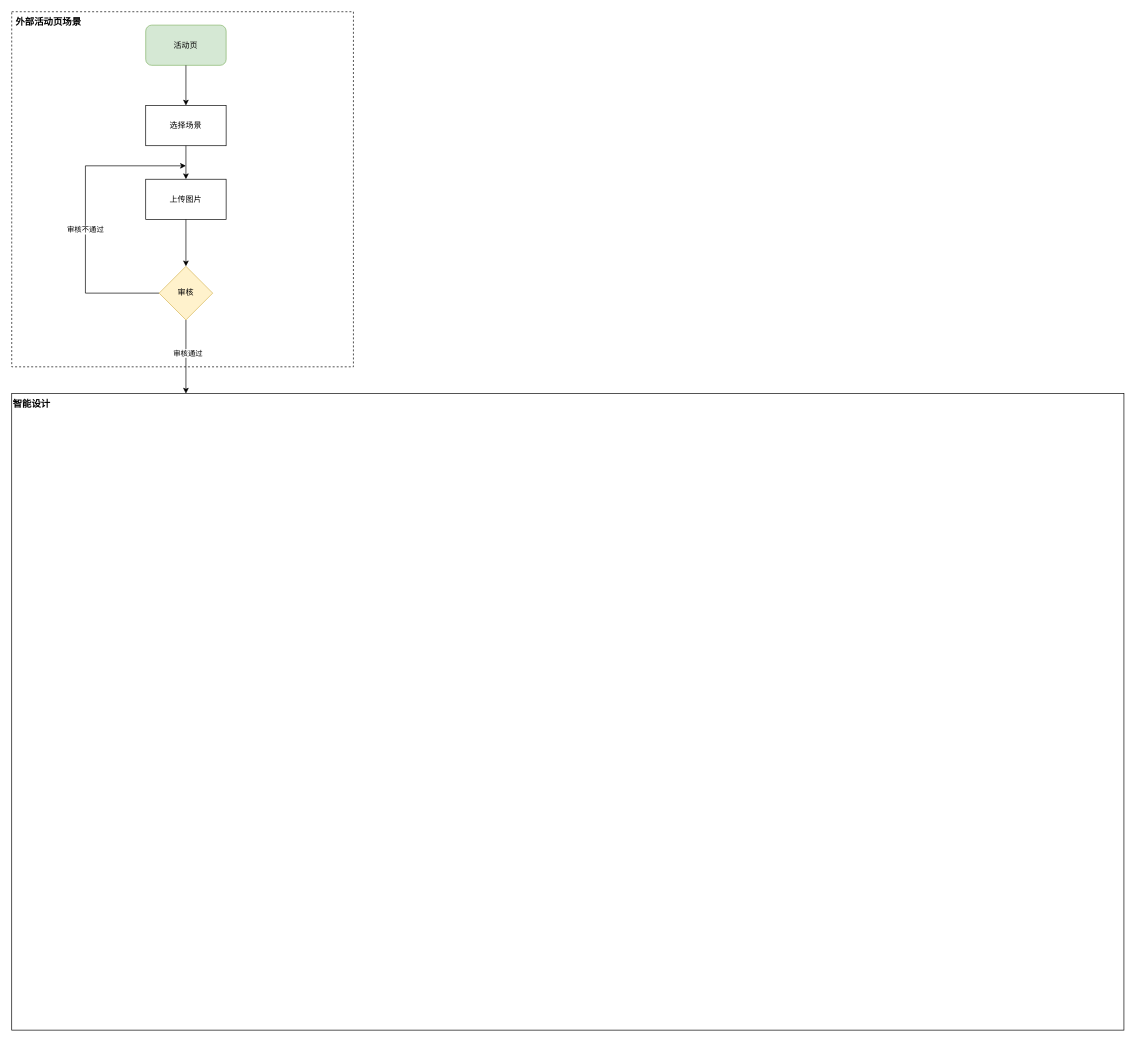
Above: worker/ai设计体验优化.drawio in TNT-Likely/diagrams (draw.io), before the change. Source tidied: cells renumbered, new cells numbered last; positions are measured from the earlier drawing's top-left corner, leaving out a move shared by most shapes. Both pictures are drawn from the tidied source at 67%, with x=0, y=0 at pixel (11, 11).
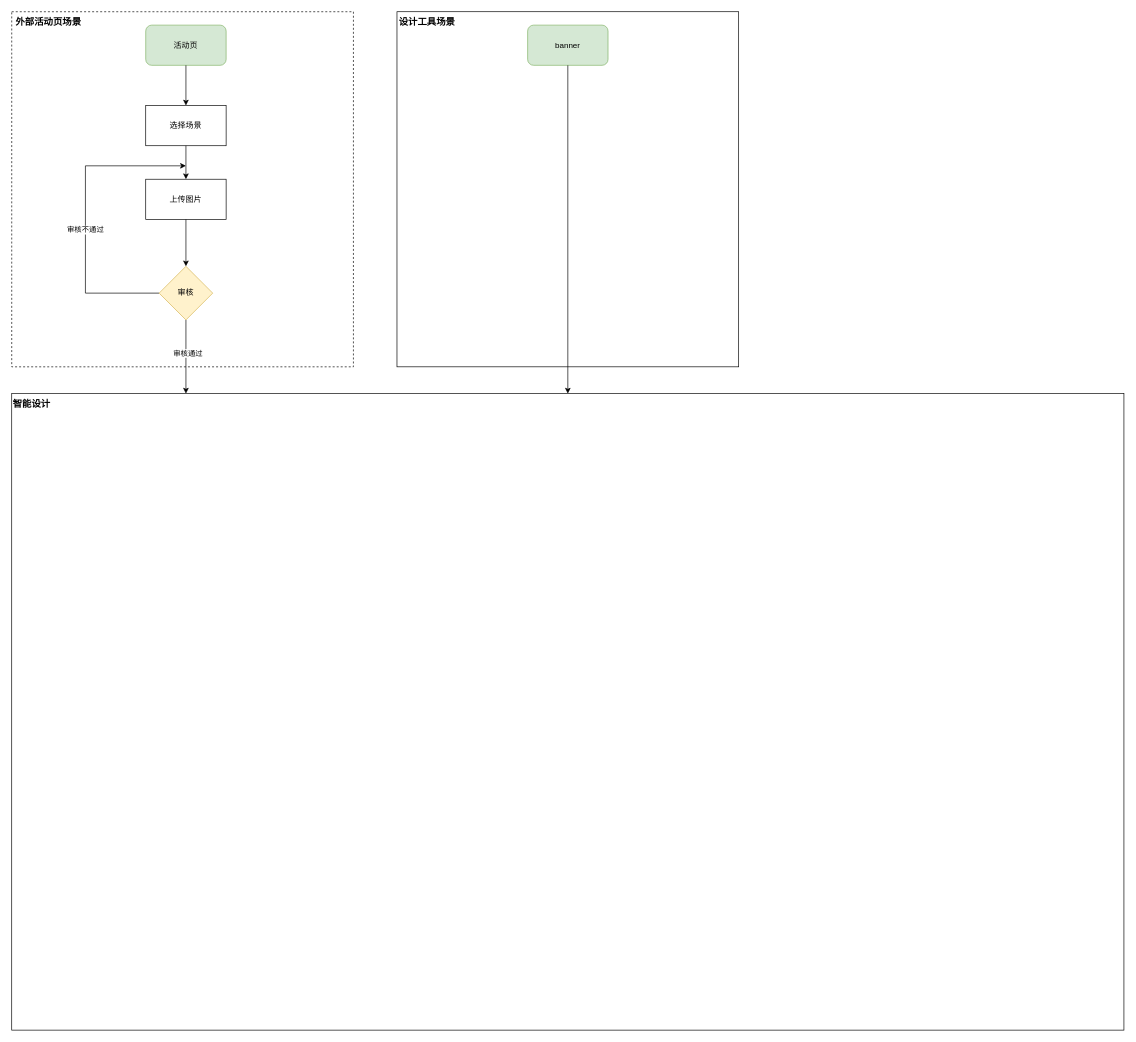
The same diagram, later.

Commit message (it also covers changes not shown here):
更新ai设计体验优化.drawio

Unchanged cells that the change refers to:
```xml
<mxCell id="2" style="rounded=0;whiteSpace=wrap;html=1;" parent="1" vertex="1">
  <mxGeometry y="570" width="1660" height="950" as="geometry" />
</mxCell>
```

Change to the diagram source:
```diff
@@
+    <mxCell id="18" style="group;" parent="1" vertex="1">
+      <mxGeometry x="575" width="510" height="530" as="geometry" />
+    </mxCell>
+    <mxCell id="19" style="rounded=0;whiteSpace=wrap;html=1;" parent="18" vertex="1">
+      <mxGeometry width="510" height="530" as="geometry" />
+    </mxCell>
+    <mxCell id="20" value="banner" style="rounded=1;whiteSpace=wrap;html=1;fillColor=#d5e8d4;strokeColor=#82b366;" parent="18" vertex="1">
+      <mxGeometry x="195" y="20" width="120" height="60" as="geometry" />
+    </mxCell>
+    <mxCell id="21" value="设计工具场景" style="text;html=1;strokeColor=none;fillColor=none;align=center;verticalAlign=middle;whiteSpace=wrap;rounded=0;fontStyle=1;fontSize=14;" parent="18" vertex="1">
+      <mxGeometry width="90" height="30" as="geometry" />
+    </mxCell>
+    <mxCell id="22" style="edgeStyle=orthogonalEdgeStyle;rounded=0;jettySize=auto;html=1;exitX=0.5;exitY=1;exitDx=0;exitDy=0;entryX=0.5;entryY=0;entryDx=0;entryDy=0;" parent="1" edge="1" source="20" target="2">
+      <mxGeometry relative="1" as="geometry" />
+    </mxCell>
```
